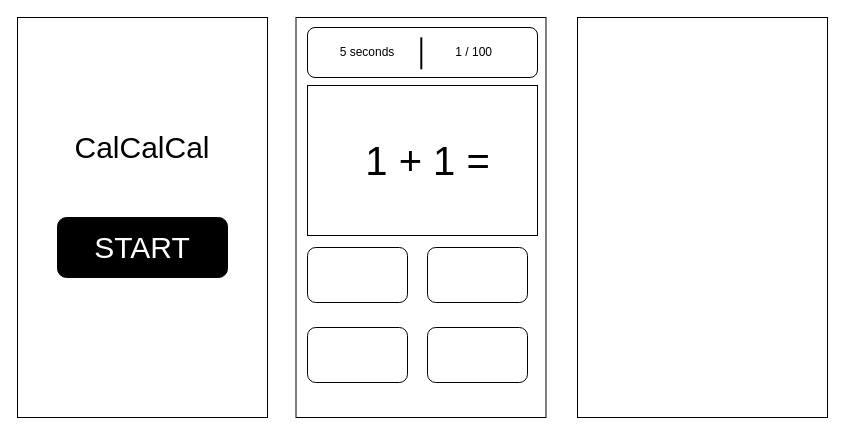
Above: cal.drawio in kshomazirou/calcalcal (draw.io), before the change. Source tidied: cells renumbered, new cells numbered last; positions are measured from the earlier drawing's top-left corner, leaving out a move shared by most shapes. Both pictures are drawn from the tidied source at 100%, with x=0, y=0 at pixel (17, 17).
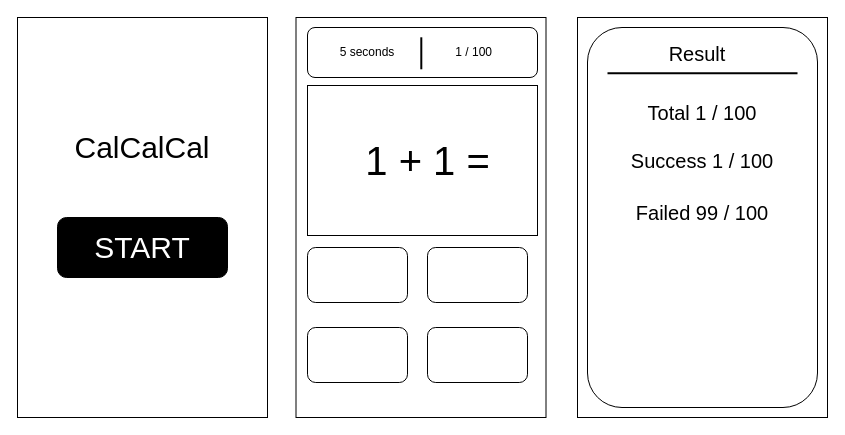
The same page after the edit.

What changed in the source:
```diff
@@
+    <mxCell id="17" style="rounded=1;whiteSpace=wrap;html=1;" parent="1" vertex="1">
+      <mxGeometry x="570" y="10" width="230" height="380" as="geometry" />
+    </mxCell>
+    <mxCell id="18" value="&lt;font style=&quot;font-size: 20px;&quot;&gt;Result&lt;/font&gt;" style="text;html=1;strokeColor=none;fillColor=none;align=center;verticalAlign=middle;whiteSpace=wrap;rounded=0;" parent="1" vertex="1">
+      <mxGeometry x="650" y="20.8" width="60" height="30" as="geometry" />
+    </mxCell>
+    <mxCell id="19" style="line;strokeWidth=2;html=1;" parent="1" vertex="1">
+      <mxGeometry x="590" y="50.8" width="190" height="10" as="geometry" />
+    </mxCell>
+    <mxCell id="20" value="&lt;span style=&quot;font-size: 20px;&quot;&gt;Total 1 / 100&lt;/span&gt;" style="text;html=1;strokeColor=none;fillColor=none;align=center;verticalAlign=middle;whiteSpace=wrap;rounded=0;" parent="1" vertex="1">
+      <mxGeometry x="590" y="80" width="190" height="30" as="geometry" />
+    </mxCell>
+    <mxCell id="21" value="&lt;span style=&quot;font-size: 20px;&quot;&gt;Success 1 / 100&lt;/span&gt;" style="text;html=1;strokeColor=none;fillColor=none;align=center;verticalAlign=middle;whiteSpace=wrap;rounded=0;" parent="1" vertex="1">
+      <mxGeometry x="590" y="128" width="190" height="30" as="geometry" />
+    </mxCell>
+    <mxCell id="22" value="&lt;span style=&quot;font-size: 20px;&quot;&gt;Failed 99 / 100&lt;/span&gt;" style="text;html=1;strokeColor=none;fillColor=none;align=center;verticalAlign=middle;whiteSpace=wrap;rounded=0;" parent="1" vertex="1">
+      <mxGeometry x="590" y="180" width="190" height="30" as="geometry" />
+    </mxCell>
```
